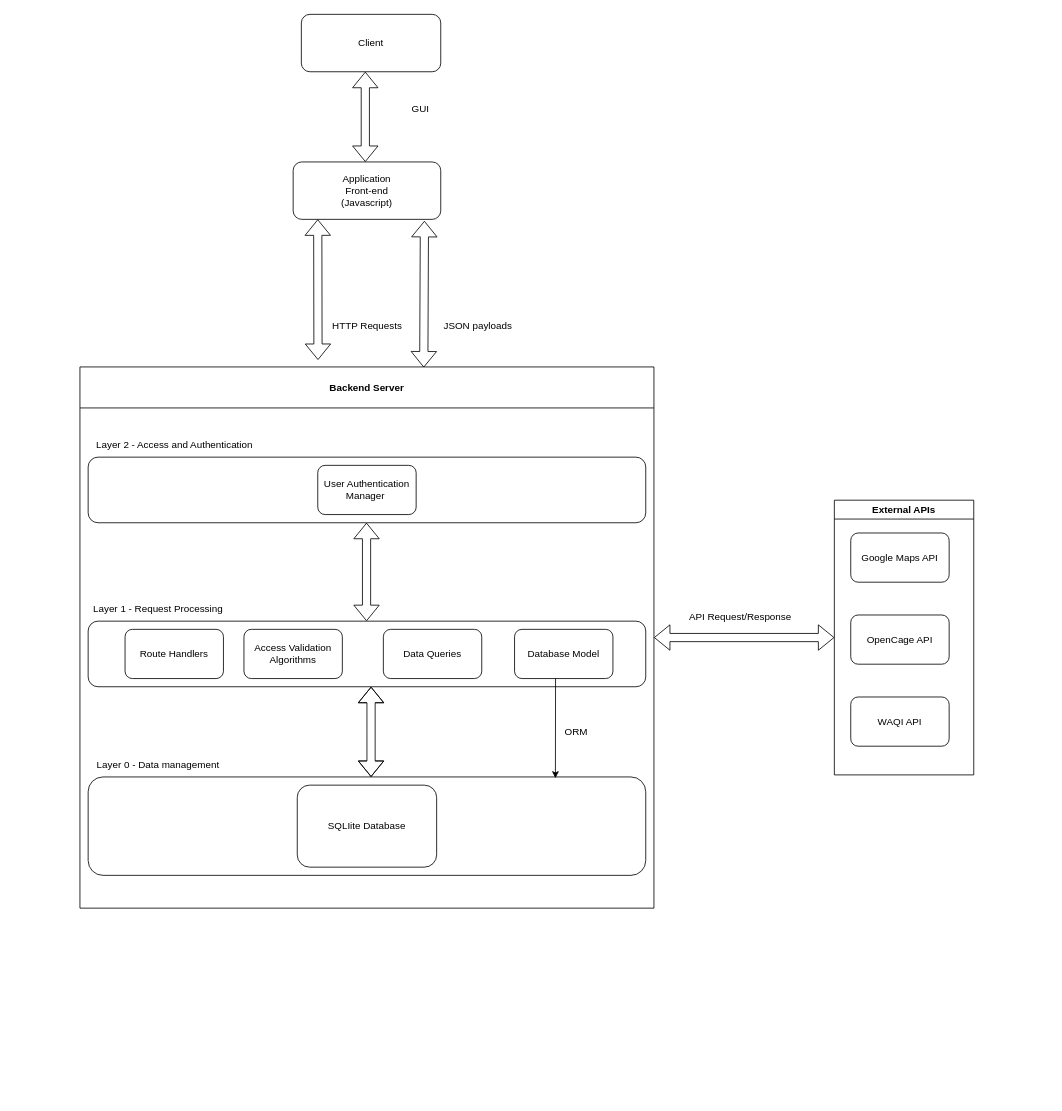
This is Documente/architecture.drawio from AndreiSarandan/Flask-Web-Application-for-Environmental-Zones, a draw.io file, before an edit. Source tidied: cells renumbered, new cells numbered last; positions are measured from the earlier drawing's top-left corner, leaving out a move shared by most shapes. Both pictures are drawn from the tidied source at 82%, with x=0, y=0 at pixel (80, 14).
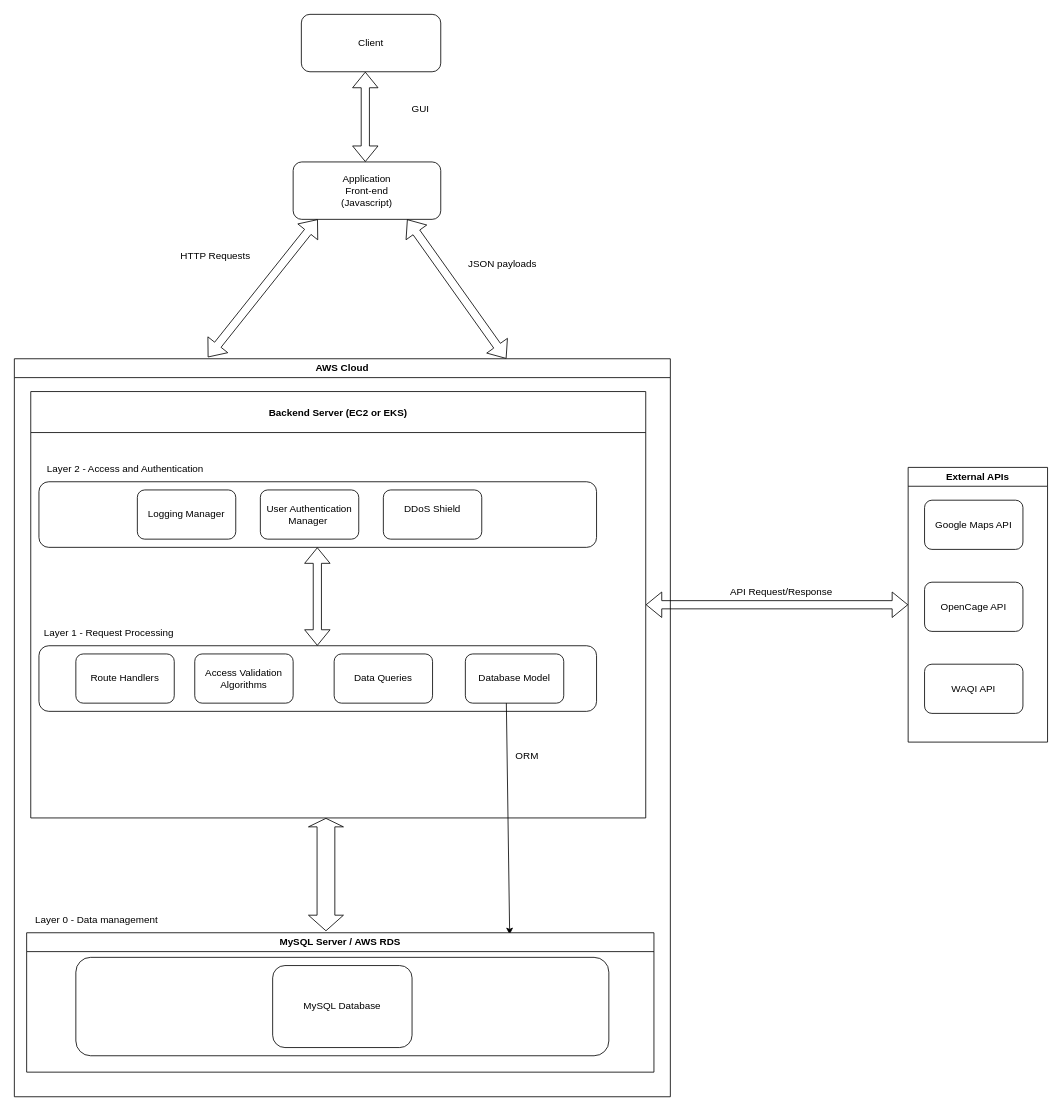
Above is the later version.

Change to the diagram source:
```diff
@@
-    <mxCell id="5" style="shape=flexArrow;endArrow=classic;startArrow=classic;html=1;rounded=0;entryX=0.099;entryY=0.025;entryDx=0;entryDy=0;entryPerimeter=0;" parent="1" edge="1">
+    <mxCell id="5" style="shape=flexArrow;endArrow=classic;startArrow=classic;html=1;rounded=0;entryX=0.295;entryY=-0.002;entryDx=0;entryDy=0;entryPerimeter=0;" parent="1" edge="1" target="33">
       <mxGeometry relative="1" as="geometry">
         <mxPoint x="290" y="250" as="sourcePoint" />
-        <mxPoint x="290.3" y="421.5" as="targetPoint" />
       </mxGeometry>
     </mxCell>
-    <mxCell id="6" style="shape=flexArrow;endArrow=classic;startArrow=classic;html=1;rounded=0;entryX=0.599;entryY=0.001;entryDx=0;entryDy=0;entryPerimeter=0;" parent="1" edge="1" target="8">
+    <mxCell id="6" style="shape=flexArrow;endArrow=classic;startArrow=classic;html=1;rounded=0;entryX=0.75;entryY=0;entryDx=0;entryDy=0;" parent="1" edge="1" target="33">
       <mxGeometry relative="1" as="geometry">
-        <mxPoint x="420.1" y="251.9" as="sourcePoint" />
+        <mxPoint x="399" y="250" as="sourcePoint" />
       </mxGeometry>
     </mxCell>
@@
-    <mxCell id="8" value="Backend Server" style="swimlane;startSize=50;" parent="1" vertex="1">
-      <mxGeometry y="430" width="700" height="660" as="geometry" />
+    <mxCell id="8" value="Backend Server (EC2 or EKS)" style="swimlane;startSize=50;" parent="1" vertex="1">
+      <mxGeometry x="-60" y="460" width="750" height="520" as="geometry" />
     </mxCell>
@@
-    <mxCell id="11" style="rounded=1;whiteSpace=wrap;html=1;" parent="8" vertex="1">
-      <mxGeometry x="10" y="500" width="680" height="120" as="geometry" />
-    </mxCell>
-    <mxCell id="12" value="Layer 0 - Data management" style="text;html=1;align=center;verticalAlign=middle;strokeColor=none;fillColor=none;" parent="8" vertex="1">
-      <mxGeometry x="10" y="470" width="170" height="30" as="geometry" />
-    </mxCell>
-    <mxCell id="13" value="SQLIite Database" style="rounded=1;whiteSpace=wrap;html=1;" parent="8" vertex="1">
-      <mxGeometry x="265" y="510" width="170" height="100" as="geometry" />
-    </mxCell>
@@
     <mxCell id="20" value="User Authentication Manager&amp;nbsp;" style="rounded=1;whiteSpace=wrap;html=1;" parent="8" vertex="1">
-      <mxGeometry x="290" y="120" width="120" height="60" as="geometry" />
+      <mxGeometry x="280" y="120" width="120" height="60" as="geometry" />
     </mxCell>
-    <mxCell id="21" style="shape=flexArrow;endArrow=classic;startArrow=classic;html=1;rounded=0;entryX=0.5;entryY=1;entryDx=0;entryDy=0;exitX=0.5;exitY=0;exitDx=0;exitDy=0;" parent="8" edge="1">
-      <mxGeometry relative="1" as="geometry">
-        <mxPoint x="355" y="500" as="sourcePoint" />
-        <mxPoint x="355" y="390" as="targetPoint" />
-        <Array as="points">
-          <mxPoint x="355" y="450" />
-        </Array>
-      </mxGeometry>
-    </mxCell>
-    <mxCell id="22" style="endArrow=classic;html=1;rounded=0;entryX=0.838;entryY=0.013;entryDx=0;entryDy=0;entryPerimeter=0;" parent="8" edge="1" target="11">
+    <mxCell id="22" style="endArrow=classic;html=1;rounded=0;entryX=0.77;entryY=0.014;entryDx=0;entryDy=0;entryPerimeter=0;" parent="8" edge="1" target="34">
       <mxGeometry relative="1" as="geometry">
         <mxPoint x="580" y="380" as="sourcePoint" />
       </mxGeometry>
     </mxCell>
@@
     <mxCell id="25" value="External APIs" style="swimlane;whiteSpace=wrap;html=1;" parent="1" vertex="1">
-      <mxGeometry x="920" y="592.5" width="170" height="335" as="geometry" />
+      <mxGeometry x="1010" y="552.5" width="170" height="335" as="geometry" />
     </mxCell>
@@
-    <mxCell id="30" value="API Request/Response" style="text;html=1;align=center;verticalAlign=middle;strokeColor=none;fillColor=none;" parent="1" vertex="1">
-      <mxGeometry x="730" y="720" width="150" height="30" as="geometry" />
-    </mxCell>
     <mxCell id="31" value="HTTP Requests" style="text;html=1;align=center;verticalAlign=middle;strokeColor=none;fillColor=none;" parent="1" vertex="1">
-      <mxGeometry x="295" y="365" width="110" height="30" as="geometry" />
+      <mxGeometry x="110" y="280" width="110" height="30" as="geometry" />
     </mxCell>
     <mxCell id="32" value="JSON payloads" style="text;html=1;align=center;verticalAlign=middle;strokeColor=none;fillColor=none;" parent="1" vertex="1">
-      <mxGeometry x="430" y="365" width="110" height="30" as="geometry" />
+      <mxGeometry x="460" y="290" width="110" height="30" as="geometry" />
     </mxCell>
+    <mxCell id="33" value="AWS Cloud" style="swimlane;whiteSpace=wrap;html=1;" parent="1" vertex="1">
+      <mxGeometry x="-80" y="420" width="800" height="900" as="geometry" />
+    </mxCell>
+    <mxCell id="12" value="Layer 0 - Data management" style="text;html=1;align=center;verticalAlign=middle;strokeColor=none;fillColor=none;" parent="33" vertex="1">
+      <mxGeometry x="15" y="670" width="170" height="30" as="geometry" />
+    </mxCell>
+    <mxCell id="21" style="shape=flexArrow;endArrow=classic;startArrow=classic;html=1;rounded=0;entryX=0.5;entryY=1;entryDx=0;entryDy=0;exitX=0.471;exitY=0.018;exitDx=0;exitDy=0;exitPerimeter=0;width=21.666666666666668;endSize=3.116666666666667;" parent="33" edge="1">
+      <mxGeometry relative="1" as="geometry">
+        <mxPoint x="380" y="698.1" as="sourcePoint" />
+        <mxPoint x="380" y="560" as="targetPoint" />
+      </mxGeometry>
+    </mxCell>
+    <mxCell id="34" value="MySQL Server / AWS RDS" style="swimlane;whiteSpace=wrap;html=1;" parent="33" vertex="1">
+      <mxGeometry x="15" y="700" width="765" height="170" as="geometry" />
+    </mxCell>
+    <mxCell id="11" style="rounded=1;whiteSpace=wrap;html=1;" parent="34" vertex="1">
+      <mxGeometry x="60" y="30" width="650" height="120" as="geometry" />
+    </mxCell>
+    <mxCell id="13" value="MySQL Database" style="rounded=1;whiteSpace=wrap;html=1;" parent="34" vertex="1">
+      <mxGeometry x="300" y="40" width="170" height="100" as="geometry" />
+    </mxCell>
+    <mxCell id="35" value="DDoS Shield&lt;div&gt;&lt;br&gt;&lt;/div&gt;" style="rounded=1;whiteSpace=wrap;html=1;" parent="33" vertex="1">
+      <mxGeometry x="450" y="160" width="120" height="60" as="geometry" />
+    </mxCell>
+    <mxCell id="36" value="Logging Manager" style="rounded=1;whiteSpace=wrap;html=1;" parent="33" vertex="1">
+      <mxGeometry x="150" y="160" width="120" height="60" as="geometry" />
+    </mxCell>
+    <mxCell id="30" value="API Request/Response" style="text;html=1;align=center;verticalAlign=middle;strokeColor=none;fillColor=none;" parent="1" vertex="1">
+      <mxGeometry x="780" y="690" width="150" height="30" as="geometry" />
+    </mxCell>
```
